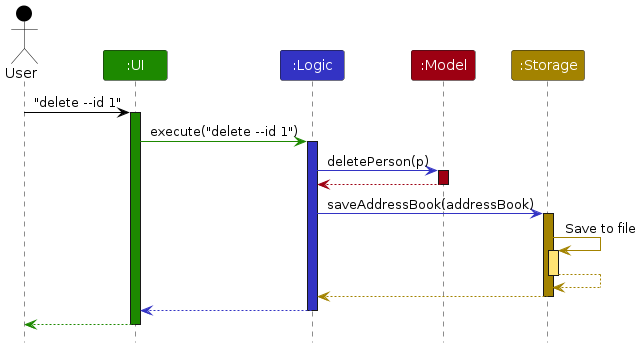
AY2627S1-CS2103T-T15-1/tp keeps this PlantUML diagram as diagrams/ArchitectureSequenceDiagram.png. Above is the earlier version. Its source is kept beside it as diagrams/ArchitectureSequenceDiagram.puml.
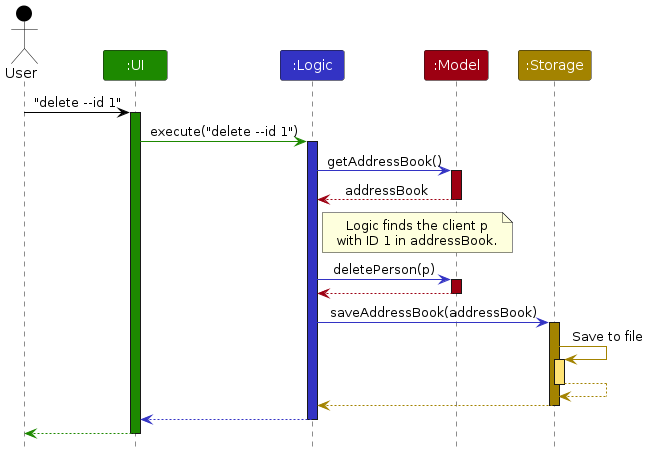
The same diagram one commit later.

The edit, as a diff of the source:
```diff
@@ -13,6 +13,17 @@
 
 ui -[UI_COLOR]> logic : execute("delete --id 1")
 activate logic LOGIC_COLOR
+
+logic -[LOGIC_COLOR]> model : getAddressBook()
+activate model MODEL_COLOR
+
+model -[MODEL_COLOR]-> logic : addressBook
+deactivate model
+
+note right of logic
+    Logic finds the client p
+    with ID 1 in addressBook.
+end note
 
 logic -[LOGIC_COLOR]> model : deletePerson(p)
 activate model MODEL_COLOR
```
